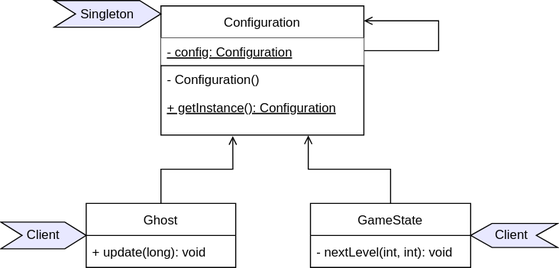
This is docs/resources/singletonpattern.svg from Joanaigs/ldts_2021-2022, a draw.io export, as it was before one commit. Source tidied: cells renumbered, new cells last; positions are measured from the earlier drawing's top-left corner, leaving out a move shared by most shapes. Its diagram source:
```xml
<mxGraphModel>
  <root>
    <mxCell id="0" />
    <mxCell id="1" parent="0" />
    <mxCell id="2" style="edgeStyle=orthogonalEdgeStyle;rounded=0;orthogonalLoop=1;jettySize=auto;html=1;exitX=1;exitY=0.75;exitDx=0;exitDy=0;endArrow=open;endFill=0;entryX=1;entryY=0.25;entryDx=0;entryDy=0;" parent="1" edge="1" source="3" target="3">
      <mxGeometry relative="1" as="geometry">
        <Array as="points">
          <mxPoint x="410" y="47" />
          <mxPoint x="410" y="19" />
        </Array>
      </mxGeometry>
    </mxCell>
    <mxCell id="3" value="Configuration" style="swimlane;fontStyle=0;horizontal=1;startSize=30;fillColor=default;gradientColor=none;" parent="1" vertex="1">
      <mxGeometry x="150" y="5" width="190" height="56" as="geometry" />
    </mxCell>
    <mxCell id="4" value="- config: Configuration" style="text;align=left;verticalAlign=top;spacingLeft=4;spacingRight=4;overflow=hidden;rounded=0;shadow=0;html=0;fillColor=default;fontStyle=4;strokeColor=none;" parent="3" vertex="1">
      <mxGeometry y="30" width="190" height="26" as="geometry" />
    </mxCell>
    <mxCell id="5" style="rounded=0;whiteSpace=wrap;html=1;strokeColor=default;fillColor=default;gradientColor=none;" parent="1" vertex="1">
      <mxGeometry x="150" y="61" width="190" height="65" as="geometry" />
    </mxCell>
    <mxCell id="6" value="+ getInstance(): Configuration" style="text;align=left;verticalAlign=top;spacingLeft=4;spacingRight=4;overflow=hidden;points=[[0,0.5],[1,0.5]];portConstraint=eastwest;rounded=0;shadow=0;html=0;fillColor=none;fontStyle=4;strokeColor=none;" parent="1" vertex="1">
      <mxGeometry x="150" y="87" width="180" height="26" as="geometry" />
    </mxCell>
    <mxCell id="7" value="- Configuration()" style="text;align=left;verticalAlign=top;spacingLeft=4;spacingRight=4;overflow=hidden;rounded=0;shadow=0;html=0;fillColor=none;" parent="1" vertex="1">
      <mxGeometry x="150" y="61" width="180" height="26" as="geometry" />
    </mxCell>
    <mxCell id="8" style="edgeStyle=orthogonalEdgeStyle;rounded=0;jettySize=auto;html=1;exitX=0.5;exitY=0;exitDx=0;exitDy=0;entryX=0.354;entryY=1.015;entryDx=0;entryDy=0;entryPerimeter=0;endArrow=open;endFill=0;" parent="1" edge="1" source="9" target="5">
      <mxGeometry relative="1" as="geometry" />
    </mxCell>
    <mxCell id="9" value="Ghost" style="swimlane;fontStyle=0;horizontal=1;startSize=30;strokeColor=default;fillColor=none;gradientColor=none;" parent="1" vertex="1">
      <mxGeometry x="80" y="190" width="140" height="60" as="geometry" />
    </mxCell>
    <mxCell id="10" value="+ update(long): void" style="text;strokeColor=none;fillColor=none;align=left;verticalAlign=middle;spacingLeft=4;spacingRight=4;overflow=hidden;" parent="9" vertex="1">
      <mxGeometry y="30" width="140" height="30" as="geometry" />
    </mxCell>
    <mxCell id="11" style="edgeStyle=orthogonalEdgeStyle;rounded=0;jettySize=auto;html=1;entryX=0.726;entryY=1.005;entryDx=0;entryDy=0;entryPerimeter=0;endArrow=open;endFill=0;" parent="1" edge="1" source="12" target="5">
      <mxGeometry relative="1" as="geometry" />
    </mxCell>
    <mxCell id="12" value="GameState" style="swimlane;fontStyle=0;horizontal=1;startSize=30;strokeColor=default;fillColor=none;gradientColor=none;" parent="1" vertex="1">
      <mxGeometry x="290" y="190" width="150" height="60" as="geometry" />
    </mxCell>
    <mxCell id="13" value="- nextLevel(int, int): void" style="text;strokeColor=none;fillColor=none;align=left;verticalAlign=middle;spacingLeft=4;spacingRight=4;overflow=hidden;" parent="12" vertex="1">
      <mxGeometry y="30" width="150" height="30" as="geometry" />
    </mxCell>
    <mxCell id="14" value="Client" style="shape=step;perimeter=stepPerimeter;whiteSpace=wrap;html=1;fixedSize=1;strokeColor=default;fillColor=#E8E8FF;" parent="1" vertex="1">
      <mxGeometry y="207.5" width="80" height="25" as="geometry" />
    </mxCell>
    <mxCell id="15" style="shape=step;perimeter=stepPerimeter;whiteSpace=wrap;html=1;fixedSize=1;strokeColor=default;fillColor=#E8E8FF;gradientColor=none;rotation=-180;" parent="1" vertex="1">
      <mxGeometry x="440" y="208.8" width="81.5" height="22.5" as="geometry" />
    </mxCell>
    <mxCell id="16" value="Client" style="text;html=1;strokeColor=none;fillColor=none;align=center;verticalAlign=middle;whiteSpace=wrap;rounded=0;" parent="1" vertex="1">
      <mxGeometry x="451" y="209.5" width="55" height="20" as="geometry" />
    </mxCell>
    <mxCell id="17" value="Singleton" style="shape=step;perimeter=stepPerimeter;whiteSpace=wrap;html=1;fixedSize=1;strokeColor=default;fillColor=#E8E8FF;" parent="1" vertex="1">
      <mxGeometry x="50" width="100" height="25" as="geometry" />
    </mxCell>
  </root>
</mxGraphModel>
```
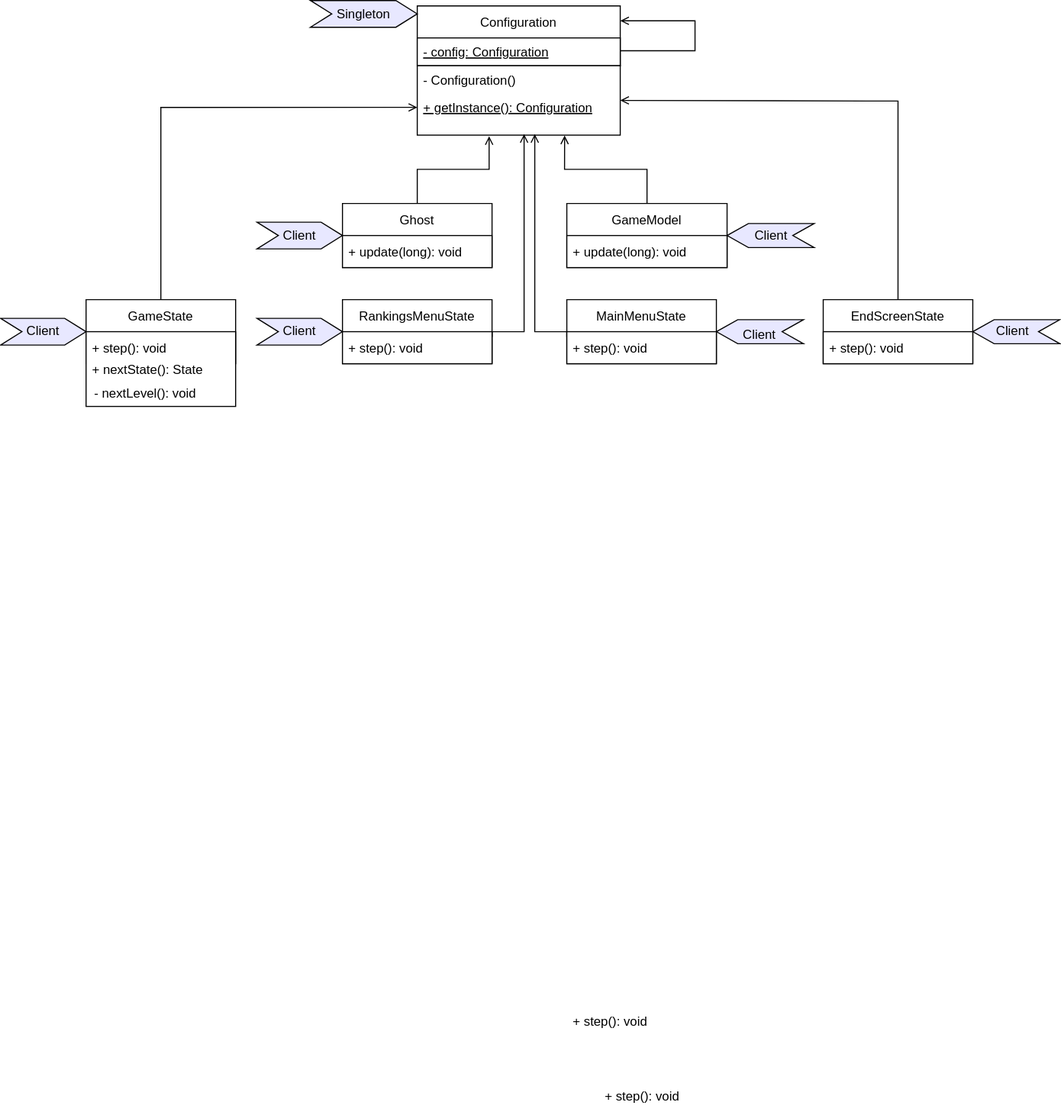
The same diagram one commit later.

What changed in the source:
```diff
@@ -13,7 +13,7 @@
     <mxCell id="3" value="Configuration" style="swimlane;fontStyle=0;horizontal=1;startSize=30;fillColor=default;gradientColor=none;" parent="1" vertex="1">
       <mxGeometry x="150" y="5" width="190" height="56" as="geometry" />
     </mxCell>
-    <mxCell id="4" value="- config: Configuration" style="text;align=left;verticalAlign=top;spacingLeft=4;spacingRight=4;overflow=hidden;rounded=0;shadow=0;html=0;fillColor=default;fontStyle=4;strokeColor=none;" parent="3" vertex="1">
+    <mxCell id="4" value="- config: Configuration" style="text;align=left;verticalAlign=top;spacingLeft=4;spacingRight=4;overflow=hidden;rounded=0;shadow=0;html=0;fillColor=default;fontStyle=4;strokeColor=default;" parent="3" vertex="1">
       <mxGeometry y="30" width="190" height="26" as="geometry" />
     </mxCell>
     <mxCell id="5" style="rounded=0;whiteSpace=wrap;html=1;strokeColor=default;fillColor=default;gradientColor=none;" parent="1" vertex="1">
@@ -28,32 +28,120 @@
     <mxCell id="8" style="edgeStyle=orthogonalEdgeStyle;rounded=0;jettySize=auto;html=1;exitX=0.5;exitY=0;exitDx=0;exitDy=0;entryX=0.354;entryY=1.015;entryDx=0;entryDy=0;entryPerimeter=0;endArrow=open;endFill=0;" parent="1" edge="1" source="9" target="5">
       <mxGeometry relative="1" as="geometry" />
     </mxCell>
-    <mxCell id="9" value="Ghost" style="swimlane;fontStyle=0;horizontal=1;startSize=30;strokeColor=default;fillColor=none;gradientColor=none;" parent="1" vertex="1">
+    <mxCell id="9" value="Ghost" style="swimlane;fontStyle=0;horizontal=1;startSize=30;strokeColor=default;fillColor=default;gradientColor=none;" parent="1" vertex="1">
       <mxGeometry x="80" y="190" width="140" height="60" as="geometry" />
     </mxCell>
-    <mxCell id="10" value="+ update(long): void" style="text;strokeColor=none;fillColor=none;align=left;verticalAlign=middle;spacingLeft=4;spacingRight=4;overflow=hidden;" parent="9" vertex="1">
+    <mxCell id="10" value="+ update(long): void" style="text;strokeColor=default;fillColor=default;align=left;verticalAlign=middle;spacingLeft=4;spacingRight=4;overflow=hidden;" parent="9" vertex="1">
       <mxGeometry y="30" width="140" height="30" as="geometry" />
     </mxCell>
     <mxCell id="11" style="edgeStyle=orthogonalEdgeStyle;rounded=0;jettySize=auto;html=1;entryX=0.726;entryY=1.005;entryDx=0;entryDy=0;entryPerimeter=0;endArrow=open;endFill=0;" parent="1" edge="1" source="12" target="5">
       <mxGeometry relative="1" as="geometry" />
     </mxCell>
-    <mxCell id="12" value="GameState" style="swimlane;fontStyle=0;horizontal=1;startSize=30;strokeColor=default;fillColor=none;gradientColor=none;" parent="1" vertex="1">
+    <mxCell id="12" value="GameModel" style="swimlane;fontStyle=0;horizontal=1;startSize=30;strokeColor=default;fillColor=default;gradientColor=none;" parent="1" vertex="1">
       <mxGeometry x="290" y="190" width="150" height="60" as="geometry" />
     </mxCell>
-    <mxCell id="13" value="- nextLevel(int, int): void" style="text;strokeColor=none;fillColor=none;align=left;verticalAlign=middle;spacingLeft=4;spacingRight=4;overflow=hidden;" parent="12" vertex="1">
+    <mxCell id="13" value="+ update(long): void" style="text;strokeColor=default;fillColor=default;align=left;verticalAlign=middle;spacingLeft=4;spacingRight=4;overflow=hidden;" parent="12" vertex="1">
       <mxGeometry y="30" width="150" height="30" as="geometry" />
     </mxCell>
     <mxCell id="14" value="Client" style="shape=step;perimeter=stepPerimeter;whiteSpace=wrap;html=1;fixedSize=1;strokeColor=default;fillColor=#E8E8FF;" parent="1" vertex="1">
       <mxGeometry y="207.5" width="80" height="25" as="geometry" />
     </mxCell>
     <mxCell id="15" style="shape=step;perimeter=stepPerimeter;whiteSpace=wrap;html=1;fixedSize=1;strokeColor=default;fillColor=#E8E8FF;gradientColor=none;rotation=-180;" parent="1" vertex="1">
-      <mxGeometry x="440" y="208.8" width="81.5" height="22.5" as="geometry" />
+      <mxGeometry x="430" y="298.8" width="81.5" height="22.5" as="geometry" />
     </mxCell>
     <mxCell id="16" value="Client" style="text;html=1;strokeColor=none;fillColor=none;align=center;verticalAlign=middle;whiteSpace=wrap;rounded=0;" parent="1" vertex="1">
-      <mxGeometry x="451" y="209.5" width="55" height="20" as="geometry" />
+      <mxGeometry x="443.2" y="302.5" width="55" height="20" as="geometry" />
     </mxCell>
     <mxCell id="17" value="Singleton" style="shape=step;perimeter=stepPerimeter;whiteSpace=wrap;html=1;fixedSize=1;strokeColor=default;fillColor=#E8E8FF;" parent="1" vertex="1">
       <mxGeometry x="50" width="100" height="25" as="geometry" />
     </mxCell>
+    <mxCell id="18" style="edgeStyle=orthogonalEdgeStyle;rounded=0;jettySize=auto;html=1;exitX=0.5;exitY=0;exitDx=0;exitDy=0;entryX=0;entryY=0.5;entryDx=0;entryDy=0;endArrow=open;endFill=0;" parent="1" edge="1" source="19" target="6">
+      <mxGeometry relative="1" as="geometry" />
+    </mxCell>
+    <mxCell id="19" value="GameState" style="swimlane;fontStyle=0;horizontal=1;startSize=30;strokeColor=default;fillColor=default;gradientColor=none;" parent="1" vertex="1">
+      <mxGeometry x="-160" y="280" width="140" height="60" as="geometry" />
+    </mxCell>
+    <mxCell id="20" value="Client" style="shape=step;perimeter=stepPerimeter;whiteSpace=wrap;html=1;fixedSize=1;strokeColor=default;fillColor=#E8E8FF;" parent="1" vertex="1">
+      <mxGeometry x="-240" y="297.5" width="80" height="25" as="geometry" />
+    </mxCell>
+    <mxCell id="21" style="edgeStyle=orthogonalEdgeStyle;rounded=0;orthogonalLoop=1;jettySize=auto;html=1;endArrow=open;endFill=0;" parent="1" edge="1">
+      <mxGeometry relative="1" as="geometry">
+        <mxPoint x="220" y="315" as="sourcePoint" />
+        <mxPoint x="250" y="125" as="targetPoint" />
+        <Array as="points">
+          <mxPoint x="220" y="310" />
+          <mxPoint x="250" y="310" />
+        </Array>
+      </mxGeometry>
+    </mxCell>
+    <mxCell id="22" value="RankingsMenuState" style="swimlane;fontStyle=0;horizontal=1;startSize=30;strokeColor=default;fillColor=default;gradientColor=none;" parent="1" vertex="1">
+      <mxGeometry x="80" y="280" width="140" height="60" as="geometry" />
+    </mxCell>
+    <mxCell id="23" value="+ step(): void" style="text;strokeColor=default;fillColor=default;align=left;verticalAlign=middle;spacingLeft=4;spacingRight=4;overflow=hidden;" parent="22" vertex="1">
+      <mxGeometry y="30" width="140" height="30" as="geometry" />
+    </mxCell>
+    <mxCell id="24" value="Client" style="shape=step;perimeter=stepPerimeter;whiteSpace=wrap;html=1;fixedSize=1;strokeColor=default;fillColor=#E8E8FF;" parent="1" vertex="1">
+      <mxGeometry y="297.5" width="80" height="25" as="geometry" />
+    </mxCell>
+    <mxCell id="25" style="edgeStyle=orthogonalEdgeStyle;rounded=0;orthogonalLoop=1;jettySize=auto;html=1;endArrow=open;endFill=0;" parent="1" edge="1">
+      <mxGeometry relative="1" as="geometry">
+        <mxPoint x="290" y="315" as="sourcePoint" />
+        <mxPoint x="260" y="125" as="targetPoint" />
+        <Array as="points">
+          <mxPoint x="290" y="310" />
+          <mxPoint x="260" y="310" />
+        </Array>
+      </mxGeometry>
+    </mxCell>
+    <mxCell id="26" value="MainMenuState" style="swimlane;fontStyle=0;horizontal=1;startSize=30;strokeColor=default;fillColor=default;gradientColor=none;" parent="1" vertex="1">
+      <mxGeometry x="290" y="280" width="140" height="60" as="geometry" />
+    </mxCell>
+    <mxCell id="27" value="+ step(): void" style="text;strokeColor=default;fillColor=default;align=left;verticalAlign=middle;spacingLeft=4;spacingRight=4;overflow=hidden;" parent="26" vertex="1">
+      <mxGeometry y="30" width="140" height="30" as="geometry" />
+    </mxCell>
+    <mxCell id="28" style="edgeStyle=orthogonalEdgeStyle;rounded=0;jettySize=auto;html=1;entryX=1;entryY=0.5;entryDx=0;entryDy=0;endArrow=open;endFill=0;" parent="1" edge="1" source="29" target="5">
+      <mxGeometry relative="1" as="geometry">
+        <Array as="points">
+          <mxPoint x="600" y="94" />
+          <mxPoint x="570" y="94" />
+        </Array>
+      </mxGeometry>
+    </mxCell>
+    <mxCell id="29" value="EndScreenState" style="swimlane;fontStyle=0;horizontal=1;startSize=30;strokeColor=default;fillColor=default;gradientColor=none;" parent="1" vertex="1">
+      <mxGeometry x="530" y="280" width="140" height="60" as="geometry" />
+    </mxCell>
+    <mxCell id="30" value="+ step(): void" style="text;strokeColor=default;fillColor=default;align=left;verticalAlign=middle;spacingLeft=4;spacingRight=4;overflow=hidden;" parent="29" vertex="1">
+      <mxGeometry y="30" width="140" height="30" as="geometry" />
+    </mxCell>
+    <mxCell id="31" style="shape=step;perimeter=stepPerimeter;whiteSpace=wrap;html=1;fixedSize=1;strokeColor=default;fillColor=#E8E8FF;gradientColor=none;rotation=-180;" parent="1" vertex="1">
+      <mxGeometry x="440" y="208.8" width="81.5" height="22.5" as="geometry" />
+    </mxCell>
+    <mxCell id="32" value="Client" style="text;html=1;strokeColor=none;fillColor=none;align=center;verticalAlign=middle;whiteSpace=wrap;rounded=0;" parent="1" vertex="1">
+      <mxGeometry x="454" y="210" width="55" height="20" as="geometry" />
+    </mxCell>
+    <mxCell id="33" style="shape=step;perimeter=stepPerimeter;whiteSpace=wrap;html=1;fixedSize=1;strokeColor=default;fillColor=#E8E8FF;gradientColor=none;rotation=-180;" parent="1" vertex="1">
+      <mxGeometry x="670" y="298.8" width="81.5" height="22.5" as="geometry" />
+    </mxCell>
+    <mxCell id="34" value="Client" style="text;html=1;strokeColor=none;fillColor=none;align=center;verticalAlign=middle;whiteSpace=wrap;rounded=0;" parent="1" vertex="1">
+      <mxGeometry x="680" y="300" width="55" height="20" as="geometry" />
+    </mxCell>
+    <mxCell id="35" style="rounded=0;whiteSpace=wrap;html=1;strokeColor=default;fillColor=default;gradientColor=none;" parent="1" vertex="1">
+      <mxGeometry x="-160" y="310" width="140" height="70" as="geometry" />
+    </mxCell>
+    <mxCell id="36" value="+ step(): void" style="text;strokeColor=none;fillColor=none;align=left;verticalAlign=middle;spacingLeft=4;spacingRight=4;overflow=hidden;" parent="1" vertex="1">
+      <mxGeometry x="-160" y="310" width="140" height="30" as="geometry" />
+    </mxCell>
+    <mxCell id="37" value="+ step(): void" style="text;strokeColor=none;fillColor=none;align=left;verticalAlign=middle;spacingLeft=4;spacingRight=4;overflow=hidden;" parent="1" vertex="1">
+      <mxGeometry x="290" y="940" width="140" height="30" as="geometry" />
+    </mxCell>
+    <mxCell id="38" value="+ nextState(): State" style="text;strokeColor=none;fillColor=none;align=left;verticalAlign=middle;spacingLeft=4;spacingRight=4;overflow=hidden;" parent="1" vertex="1">
+      <mxGeometry x="-160" y="330" width="140" height="30" as="geometry" />
+    </mxCell>
+    <mxCell id="39" value="+ step(): void" style="text;strokeColor=none;fillColor=none;align=left;verticalAlign=middle;spacingLeft=4;spacingRight=4;overflow=hidden;" parent="1" vertex="1">
+      <mxGeometry x="320" y="1010" width="140" height="30" as="geometry" />
+    </mxCell>
+    <mxCell id="40" value="- nextLevel(): void" style="text;strokeColor=none;fillColor=none;align=left;verticalAlign=middle;spacingLeft=4;spacingRight=4;overflow=hidden;" parent="1" vertex="1">
+      <mxGeometry x="-158" y="352" width="140" height="30" as="geometry" />
+    </mxCell>
   </root>
 </mxGraphModel>
```
